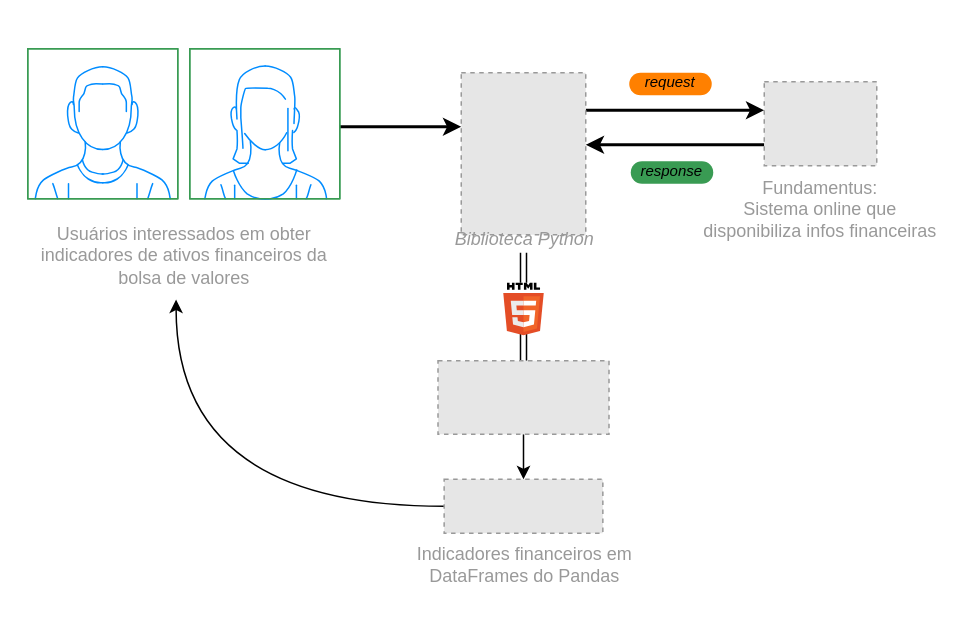
This is docs/assets/diagrams/pynvest-diagram.drawio from ThiagoPanini/pynvest, a draw.io file, before an edit. Source tidied: cells renumbered, new cells numbered last; positions are measured from the earlier drawing's top-left corner, leaving out a move shared by most shapes. Both pictures are drawn from the tidied source at 150%, with x=0, y=0 at pixel (26, 48). Pictures stored in the file or linked from it are replaced by grey dashed boxes.
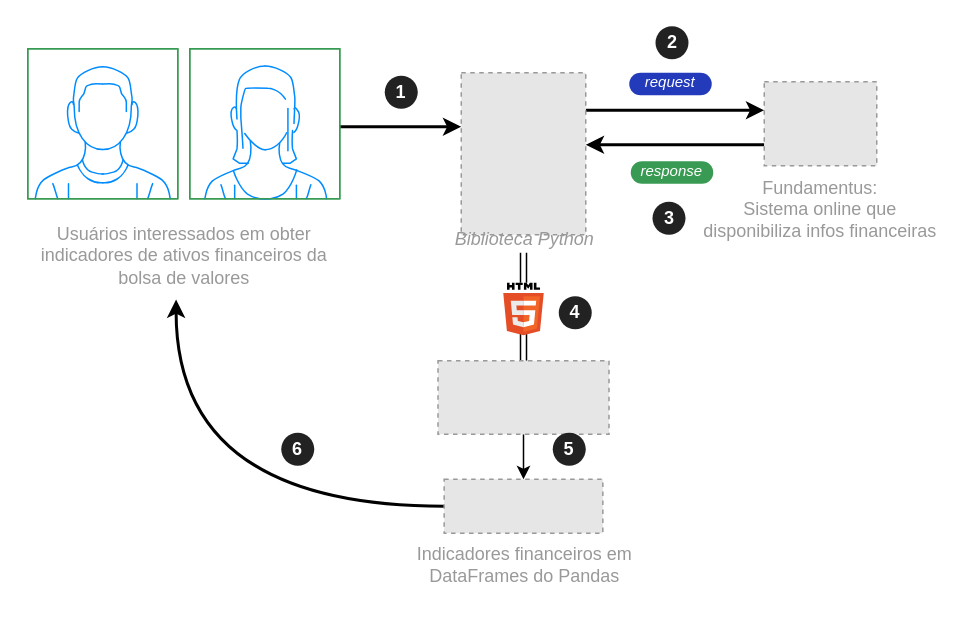
The same page after the edit.

Unchanged cells that the change refers to:
```xml
<mxCell id="5" value="&lt;font color=&quot;#999999&quot;&gt;Usuários interessados em obter&lt;br&gt;indicadores de ativos financeiros da&lt;br&gt;bolsa de valores&lt;br&gt;&lt;/font&gt;" style="text;html=1;align=center;verticalAlign=middle;points=[];strokeColor=none;fillColor=none;labelBackgroundColor=none;fontColor=#5AA9E6;rounded=1;" parent="1" vertex="1">
  <mxGeometry y="110" width="209" height="55" as="geometry" />
</mxCell>
<mxCell id="14" style="fillColor=#E6E6E6;strokeColor=#999999;dashed=1;verticalLabelPosition=bottom;labelBackgroundColor=default;verticalAlign=top;" parent="1" vertex="1">
  <mxGeometry x="278.6" y="287" width="105.8" height="36" as="geometry" />
</mxCell>
```

What changed in the source:
```diff
@@
-    <mxCell id="13" style="edgeStyle=orthogonalEdgeStyle;rounded=0;jettySize=auto;html=1;entryX=0.478;entryY=1.04;entryDx=0;entryDy=0;entryPerimeter=0;curved=1;" parent="1" edge="1" source="14" target="5">
+    <mxCell id="13" style="edgeStyle=orthogonalEdgeStyle;rounded=0;jettySize=auto;html=1;entryX=0.478;entryY=1.04;entryDx=0;entryDy=0;entryPerimeter=0;curved=1;strokeWidth=2;" parent="1" edge="1" source="14" target="5">
       <mxGeometry relative="1" as="geometry" />
     </mxCell>
@@
-    <mxCell id="16" style="rounded=1;whiteSpace=wrap;html=1;arcSize=50;fillColor=#FF8000;fontSize=10;strokeColor=none;" parent="1" vertex="1">
+    <mxCell id="16" style="rounded=1;whiteSpace=wrap;html=1;arcSize=50;fillColor=#233bba;fontSize=10;strokeColor=none;" parent="1" vertex="1">
       <mxGeometry x="402" y="16" width="55" height="15" as="geometry" />
     </mxCell>
-    <mxCell id="17" value="&lt;i style=&quot;font-size: 10px;&quot;&gt;request&lt;/i&gt;" style="text;html=1;align=center;verticalAlign=middle;strokeColor=none;fillColor=none;fontSize=10;" parent="1" vertex="1">
+    <mxCell id="17" value="&lt;i style=&quot;font-size: 10px;&quot;&gt;request&lt;/i&gt;" style="text;html=1;align=center;verticalAlign=middle;strokeColor=none;fillColor=none;fontSize=10;fontColor=#FFFFFF;" parent="1" vertex="1">
       <mxGeometry x="403" y="10" width="51" height="24" as="geometry" />
     </mxCell>
@@
-    <mxCell id="19" value="&lt;i style=&quot;font-size: 10px;&quot;&gt;response&lt;/i&gt;" style="text;html=1;align=center;verticalAlign=middle;strokeColor=none;fillColor=none;fontSize=10;" parent="1" vertex="1">
+    <mxCell id="19" value="&lt;i style=&quot;font-size: 10px;&quot;&gt;response&lt;/i&gt;" style="text;html=1;align=center;verticalAlign=middle;strokeColor=none;fillColor=none;fontSize=10;fontColor=#FFFFFF;" parent="1" vertex="1">
       <mxGeometry x="400" y="69" width="59" height="24" as="geometry" />
     </mxCell>
@@
+    <mxCell id="24" value="&lt;b&gt;1&lt;/b&gt;" style="ellipse;whiteSpace=wrap;html=1;fillColor=#222222;strokeColor=none;fontColor=#FFFFFF;" parent="1" vertex="1">
+      <mxGeometry x="239" y="18" width="22" height="22" as="geometry" />
+    </mxCell>
+    <mxCell id="25" value="&lt;b&gt;2&lt;/b&gt;" style="ellipse;whiteSpace=wrap;html=1;fillColor=#222222;strokeColor=none;fontColor=#FFFFFF;" parent="1" vertex="1">
+      <mxGeometry x="419.5" y="-15" width="22" height="22" as="geometry" />
+    </mxCell>
+    <mxCell id="26" value="&lt;b&gt;3&lt;/b&gt;" style="ellipse;whiteSpace=wrap;html=1;fillColor=#222222;strokeColor=none;fontColor=#FFFFFF;" parent="1" vertex="1">
+      <mxGeometry x="417.5" y="102" width="22" height="22" as="geometry" />
+    </mxCell>
+    <mxCell id="27" value="&lt;b&gt;4&lt;/b&gt;" style="ellipse;whiteSpace=wrap;html=1;fillColor=#222222;strokeColor=none;fontColor=#FFFFFF;" parent="1" vertex="1">
+      <mxGeometry x="355" y="165" width="22" height="22" as="geometry" />
+    </mxCell>
+    <mxCell id="28" value="&lt;b&gt;5&lt;/b&gt;" style="ellipse;whiteSpace=wrap;html=1;fillColor=#222222;strokeColor=none;fontColor=#FFFFFF;" parent="1" vertex="1">
+      <mxGeometry x="351" y="256" width="22" height="22" as="geometry" />
+    </mxCell>
+    <mxCell id="29" value="&lt;b&gt;6&lt;/b&gt;" style="ellipse;whiteSpace=wrap;html=1;fillColor=#222222;strokeColor=none;fontColor=#FFFFFF;" parent="1" vertex="1">
+      <mxGeometry x="170" y="256" width="22" height="22" as="geometry" />
+    </mxCell>
```
